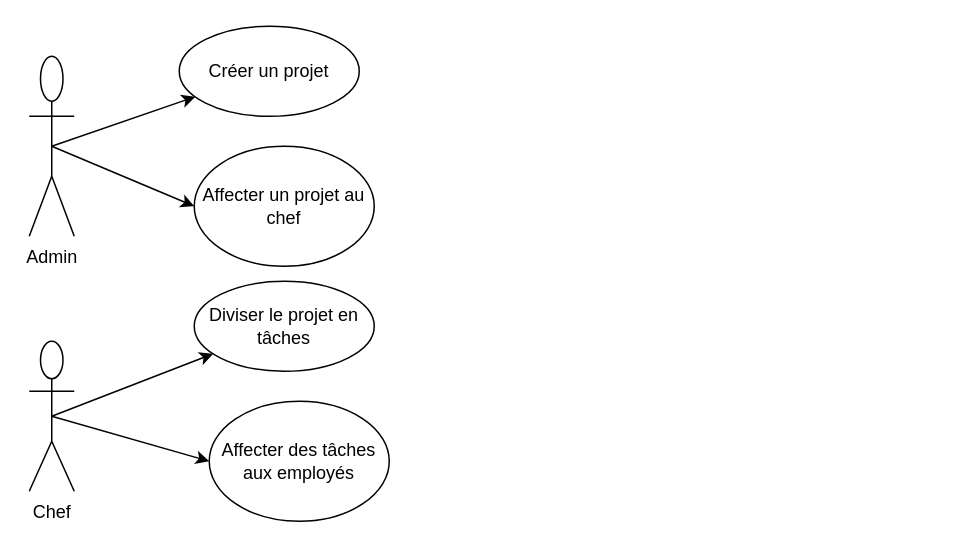
This is gestion projet.drawio from wissem290/pfe, a draw.io file, before an edit. Source tidied: cells renumbered, new cells numbered last; positions are measured from the earlier drawing's top-left corner, leaving out a move shared by most shapes. Both pictures are drawn from the tidied source at 150%, with x=0, y=0 at pixel (28, 26).
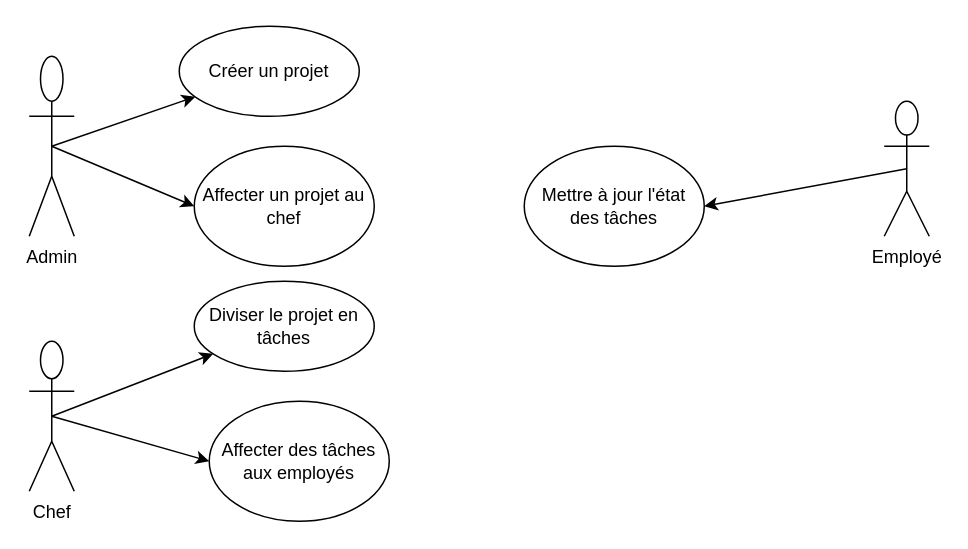
Above is the later version.

Commit message (it also covers changes not shown here):
Mettre à jour gestion projet.drawio

Change to the diagram source:
```diff
@@
 <mxGraphModel>
   <root>
     <mxCell id="0" />
     <mxCell id="1" parent="0" />
     <mxCell id="2" value="Admin" style="shape=umlActor;verticalLabelPosition=bottom;verticalAlign=top;html=1;outlineConnect=0;" parent="1" vertex="1">
       <mxGeometry y="20" width="30" height="120" as="geometry" />
     </mxCell>
     <mxCell id="3" style="endArrow=classic;html=1;rounded=0;exitX=0.5;exitY=0.5;exitDx=0;exitDy=0;exitPerimeter=0;" parent="1" edge="1" source="2" target="4">
       <mxGeometry relative="1" as="geometry" />
     </mxCell>
     <mxCell id="4" value="Créer un projet" style="ellipse;whiteSpace=wrap;html=1;" parent="1" vertex="1">
       <mxGeometry x="100" width="120" height="60" as="geometry" />
     </mxCell>
     <mxCell id="5" value="Affecter un projet au chef" style="ellipse;whiteSpace=wrap;html=1;" parent="1" vertex="1">
       <mxGeometry x="110" y="80" width="120" height="80" as="geometry" />
     </mxCell>
     <mxCell id="6" style="endArrow=classic;html=1;rounded=0;entryX=0;entryY=0.5;entryDx=0;entryDy=0;exitX=0.5;exitY=0.5;exitDx=0;exitDy=0;exitPerimeter=0;" parent="1" edge="1" source="2" target="5">
       <mxGeometry relative="1" as="geometry" />
     </mxCell>
     <mxCell id="7" value="Chef" style="shape=umlActor;verticalLabelPosition=bottom;verticalAlign=top;html=1;outlineConnect=0;" parent="1" vertex="1">
       <mxGeometry y="210" width="30" height="100" as="geometry" />
     </mxCell>
     <mxCell id="8" style="endArrow=classic;html=1;rounded=0;exitX=0.5;exitY=0.5;exitDx=0;exitDy=0;exitPerimeter=0;" parent="1" edge="1" source="7" target="9">
       <mxGeometry relative="1" as="geometry" />
     </mxCell>
     <mxCell id="9" value="Diviser le projet en tâches" style="ellipse;whiteSpace=wrap;html=1;" parent="1" vertex="1">
       <mxGeometry x="110" y="170" width="120" height="60" as="geometry" />
     </mxCell>
     <mxCell id="10" value="Affecter des tâches aux employés" style="ellipse;whiteSpace=wrap;html=1;" parent="1" vertex="1">
       <mxGeometry x="120" y="250" width="120" height="80" as="geometry" />
     </mxCell>
     <mxCell id="11" style="endArrow=classic;html=1;rounded=0;entryX=0;entryY=0.5;entryDx=0;entryDy=0;exitX=0.5;exitY=0.5;exitDx=0;exitDy=0;exitPerimeter=0;" parent="1" edge="1" source="7" target="10">
       <mxGeometry relative="1" as="geometry" />
     </mxCell>
+    <mxCell id="12" value="Employé" style="shape=umlActor;verticalLabelPosition=bottom;verticalAlign=top;html=1;outlineConnect=0;" parent="1" vertex="1">
+      <mxGeometry x="570" y="50" width="30" height="90" as="geometry" />
+    </mxCell>
+    <mxCell id="13" style="endArrow=classic;html=1;rounded=0;exitX=0.5;exitY=0.5;exitDx=0;exitDy=0;exitPerimeter=0;" parent="1" edge="1" source="12">
+      <mxGeometry relative="1" as="geometry">
+        <mxPoint x="450" y="120" as="targetPoint" />
+      </mxGeometry>
+    </mxCell>
+    <mxCell id="14" value="Mettre à jour l'état des tâches" style="ellipse;whiteSpace=wrap;html=1;" parent="1" vertex="1">
+      <mxGeometry x="330" y="80" width="120" height="80" as="geometry" />
+    </mxCell>
   </root>
 </mxGraphModel>
```
